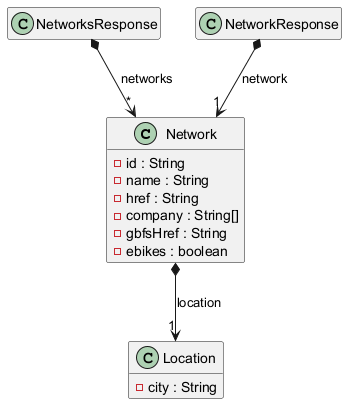
Before: Docs/Models/domain.png, a diagram exported from PlantUML (isunican/App-Bicis-Grupo3).
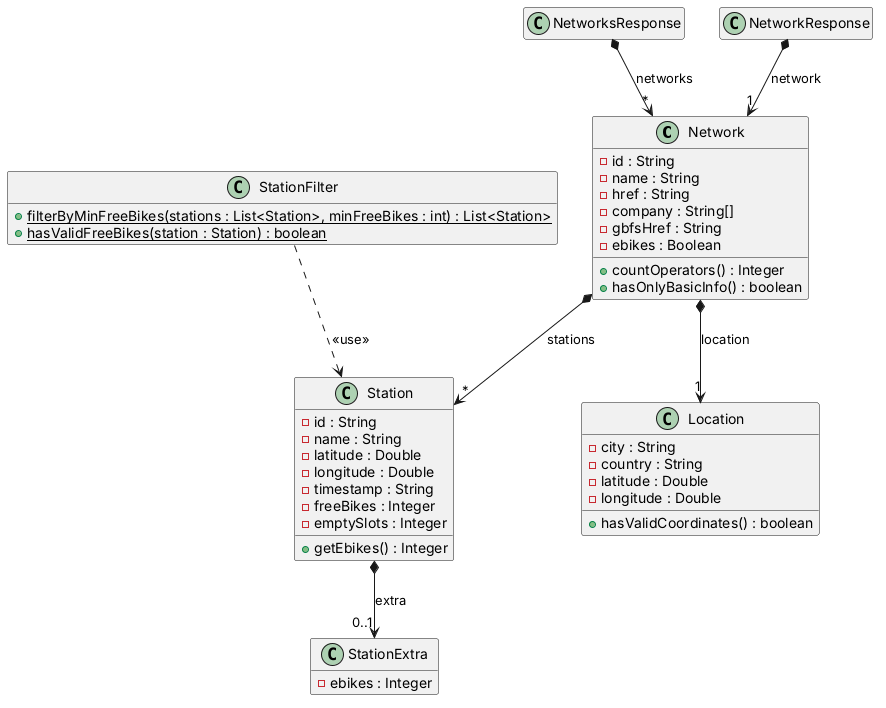
Later version of the same file.

Diff of the diagram source:
```diff
@@ -8,11 +8,17 @@
     - href : String
     - company : String[]
     - gbfsHref : String
-    - ebikes : boolean
+    - ebikes : Boolean
+    + countOperators() : Integer
+    + hasOnlyBasicInfo() : boolean
 }
 
 class Location {
     - city : String
+    - country : String
+    - latitude : Double
+    - longitude : Double
+    + hasValidCoordinates() : boolean
 }
 
 class NetworksResponse {
@@ -27,4 +33,28 @@
 NetworksResponse *--> "*" Network : networks
 NetworkResponse *--> "1" Network : network
 
+class Station {
+    - id : String
+    - name : String
+    - latitude : Double
+    - longitude : Double
+    - timestamp : String
+    - freeBikes : Integer
+    - emptySlots : Integer
+    + getEbikes() : Integer
+}
+
+class StationExtra {
+    - ebikes : Integer
+}
+
+class StationFilter {
+    + {static} filterByMinFreeBikes(stations : List<Station>, minFreeBikes : int) : List<Station>
+    + {static} hasValidFreeBikes(station : Station) : boolean
+}
+
+Network *--> "*" Station : stations
+Station *--> "0..1" StationExtra : extra
+StationFilter ..> Station : <<use>>
+
 @enduml
```
